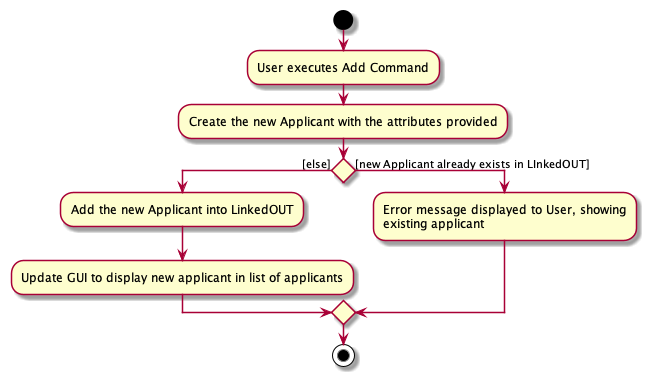
This is docs/images/AddCommandActivityDiagram.png from zzhikai/tp, a PlantUML export, as it was before one commit.
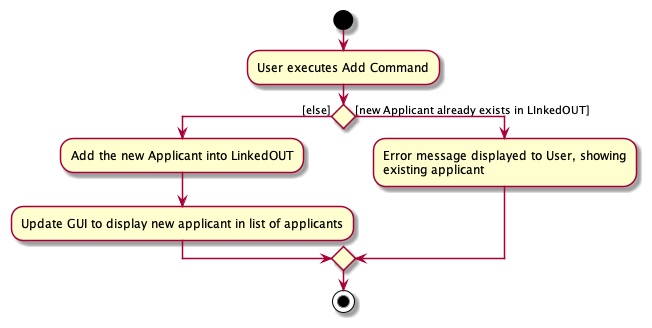
Later version of the same file.

Commit message:
Minor update to add command activity diagram

Diff of the diagram source:
```diff
@@ -1,8 +1,6 @@
 @startuml
 start
 :User executes Add Command;
-
-:Create the new Applicant with the attributes provided;
 
 if () then ([else])
 
```
